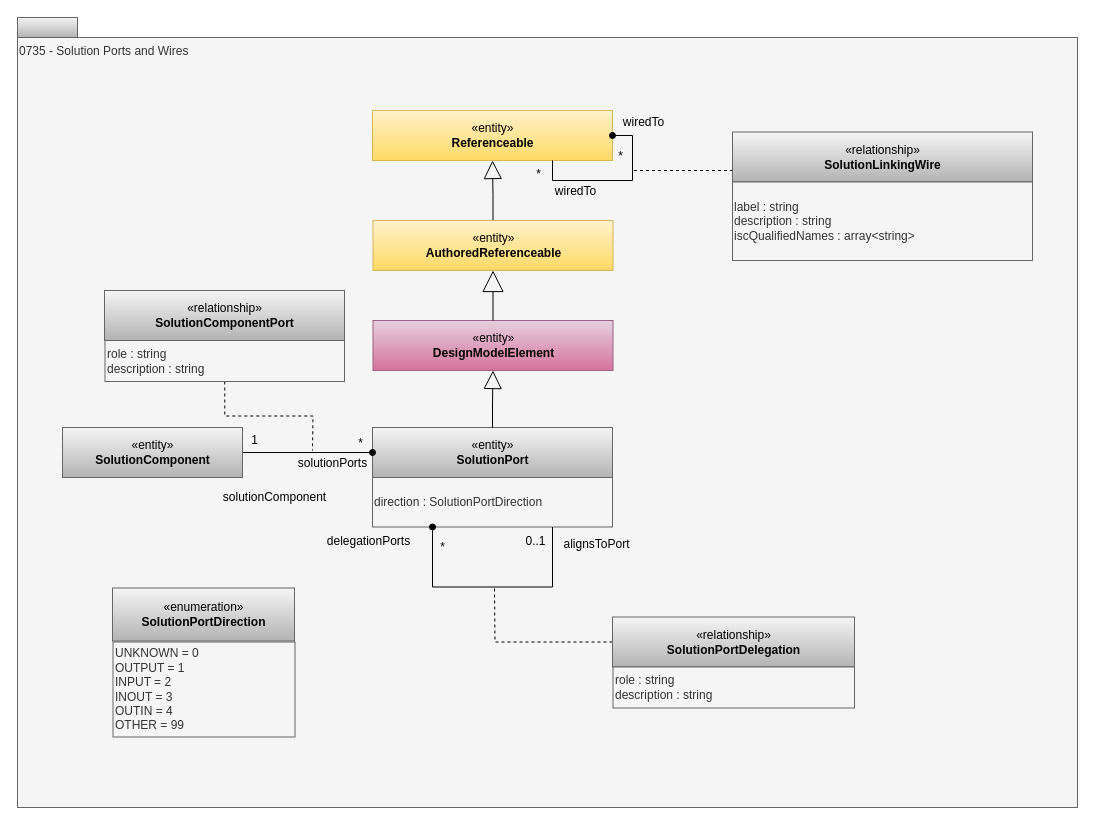
Earlier version of the draw.io diagram page "0735-Solution-Ports-and-Wires" (10 of 19) of site/docs/types/7/area-7-lineage.drawio (odpi/egeria-docs). Source tidied: cells renumbered, new cells numbered last; positions are measured from the earlier drawing's top-left corner, leaving out a move shared by most shapes. Both pictures are drawn from the tidied source at 100%, with x=0, y=0 at pixel (17, 17).
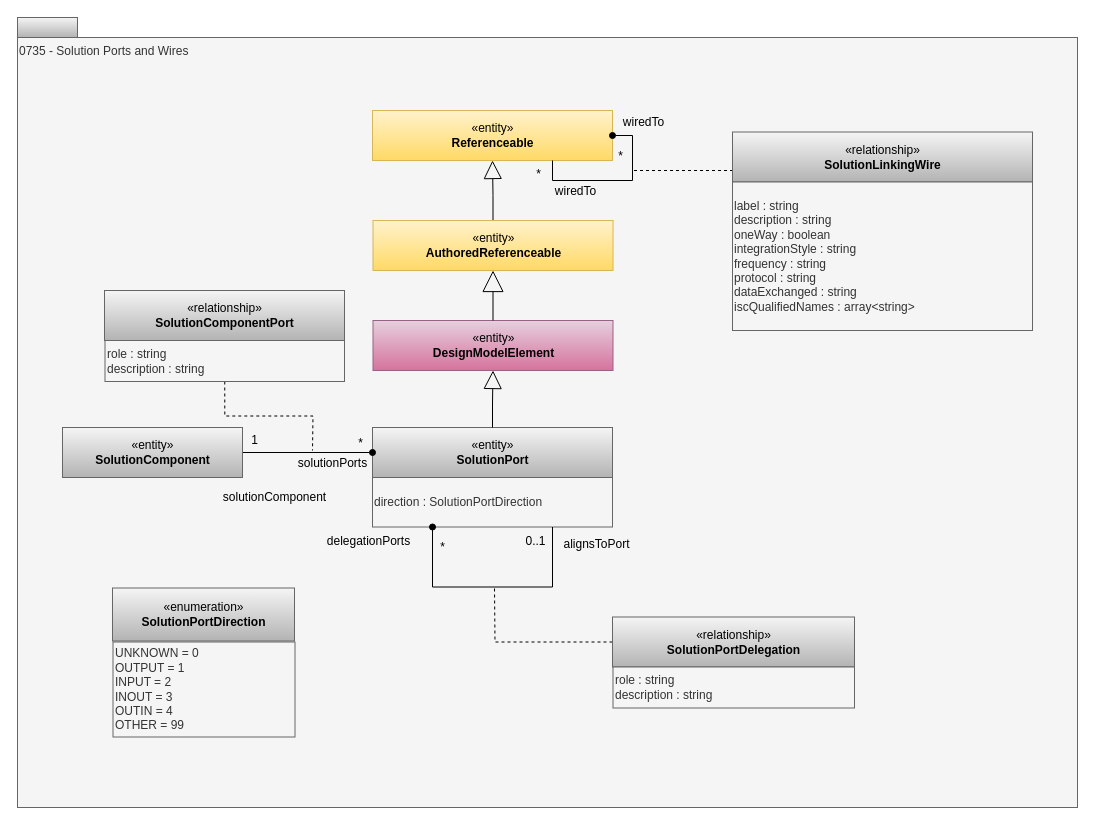
The same diagram, later.

Diff of the diagram source:
```diff
@@
-    <mxCell id="7" value="&lt;div&gt;label : string&lt;br&gt;description : string&lt;br&gt;&lt;/div&gt;iscQualifiedNames : array&amp;lt;string&amp;gt;&amp;nbsp;" style="rounded=0;whiteSpace=wrap;html=1;strokeColor=#666666;align=left;fillColor=#f5f5f5;fontColor=#333333;" parent="1" vertex="1">
-      <mxGeometry x="715" y="164.5" width="300" height="78.5" as="geometry" />
+    <mxCell id="7" value="&lt;div&gt;label : string&lt;br&gt;description : string&lt;br&gt;&lt;/div&gt;&lt;div&gt;&lt;div&gt;oneWay : boolean&lt;/div&gt;&lt;div&gt;integrationStyle : string&lt;/div&gt;&lt;div&gt;frequency : string&lt;/div&gt;&lt;div&gt;protocol : string&lt;/div&gt;&lt;div&gt;dataExchanged : string&lt;/div&gt;&lt;/div&gt;iscQualifiedNames : array&amp;lt;string&amp;gt;&amp;nbsp;" style="rounded=0;whiteSpace=wrap;html=1;strokeColor=#666666;align=left;fillColor=#f5f5f5;fontColor=#333333;" parent="1" vertex="1">
+      <mxGeometry x="715" y="164.5" width="300" height="148.5" as="geometry" />
     </mxCell>
```
